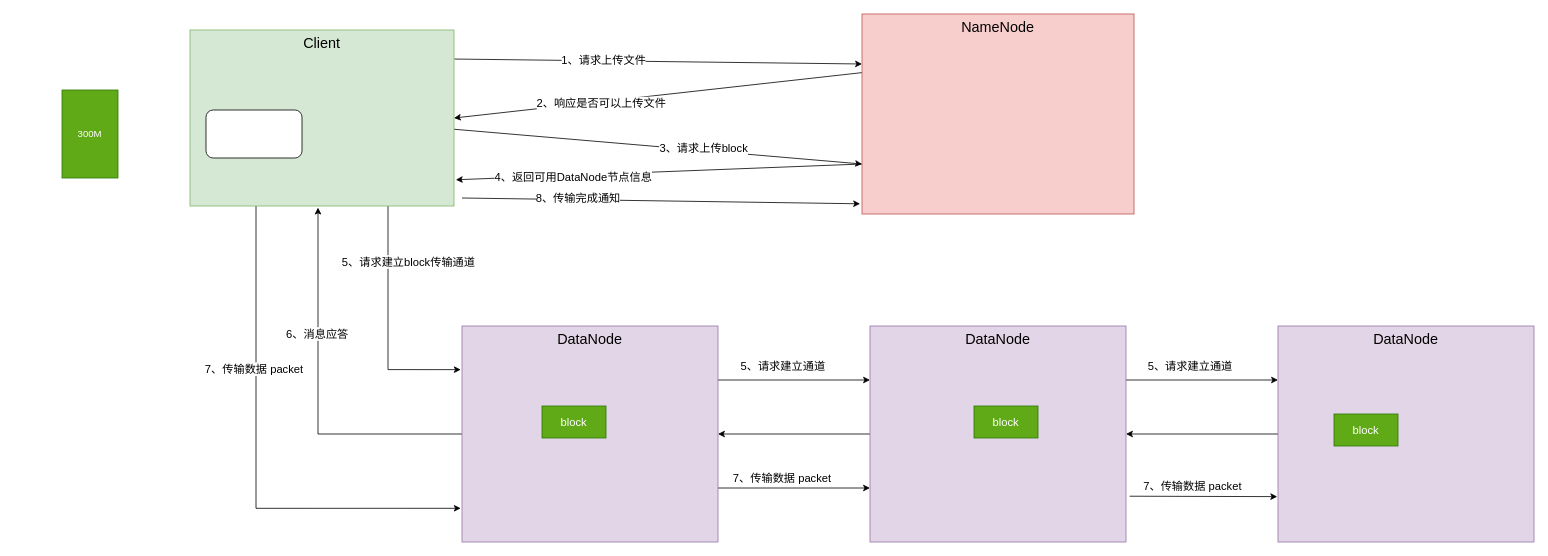
Above: page "HDFS写文件" (3 of 5) of Hadoop.drawio in starzy1990/diagrams (draw.io), before the change. Source tidied: cells renumbered, new cells numbered last; positions are measured from the earlier drawing's top-left corner, leaving out a move shared by most shapes. Both pictures are drawn from the tidied source at 80%, with x=0, y=0 at pixel (62, 14).
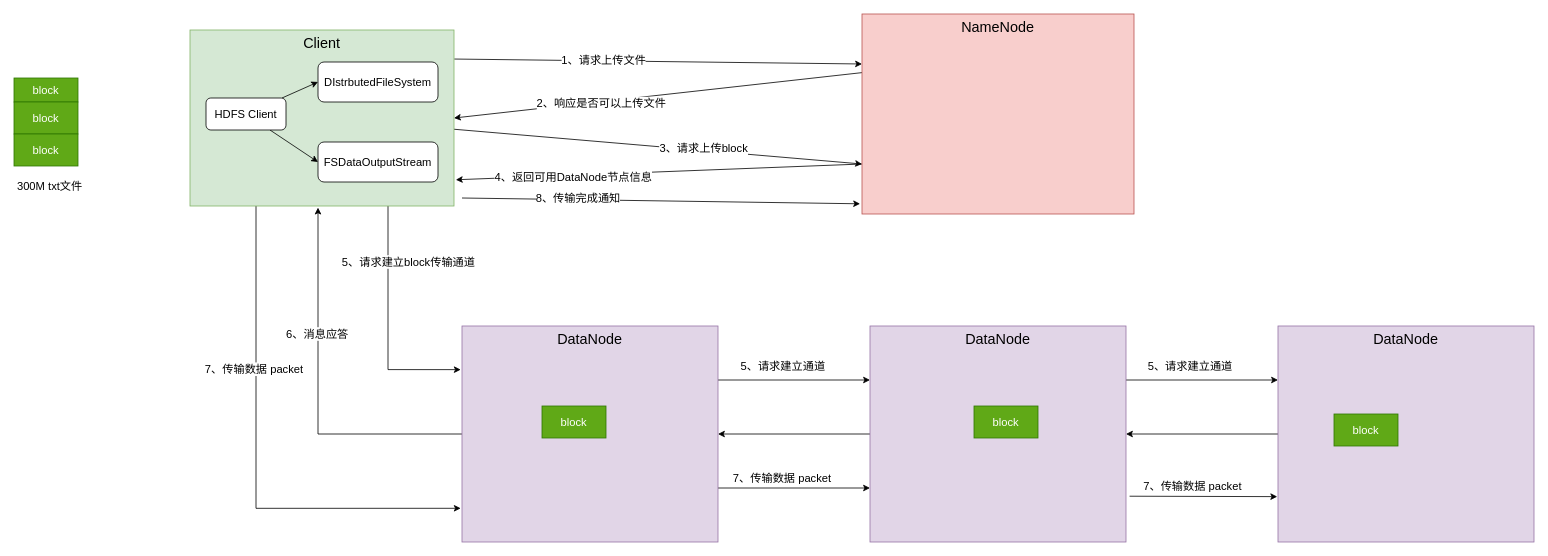
The same page after the edit.

The edit, as a diff of the source:
```diff
@@
-    <mxCell id="2" value="300M" style="rounded=0;whiteSpace=wrap;html=1;fillColor=#60a917;strokeColor=#2D7600;fontColor=#ffffff;" parent="1" vertex="1">
-      <mxGeometry y="95" width="70" height="110" as="geometry" />
-    </mxCell>
@@
+    <mxCell id="38" style="edgeStyle=none;rounded=0;jettySize=auto;html=1;entryX=0;entryY=0.5;entryDx=0;entryDy=0;fontSize=14;" parent="1" edge="1" source="14" target="45">
+      <mxGeometry relative="1" as="geometry" />
+    </mxCell>
+    <mxCell id="39" style="edgeStyle=none;rounded=0;jettySize=auto;html=1;entryX=0;entryY=0.5;entryDx=0;entryDy=0;fontSize=14;" parent="1" edge="1" source="14" target="44">
+      <mxGeometry relative="1" as="geometry" />
+    </mxCell>
-    <mxCell id="14" style="rounded=1;whiteSpace=wrap;html=1;fontSize=18;" parent="1" vertex="1">
-      <mxGeometry x="180" y="120" width="120" height="60" as="geometry" />
+    <mxCell id="14" value="HDFS Client" style="rounded=1;whiteSpace=wrap;html=1;fontSize=14;" parent="1" vertex="1">
+      <mxGeometry x="180" y="105" width="100" height="40" as="geometry" />
     </mxCell>
@@
+    <mxCell id="40" value="block" style="rounded=0;whiteSpace=wrap;html=1;fontSize=14;fillColor=#60a917;strokeColor=#2D7600;fontColor=#ffffff;" parent="1" vertex="1">
+      <mxGeometry x="-60" y="80" width="80" height="30" as="geometry" />
+    </mxCell>
+    <mxCell id="41" value="block" style="rounded=0;whiteSpace=wrap;html=1;fontSize=14;fillColor=#60a917;strokeColor=#2D7600;fontColor=#ffffff;" parent="1" vertex="1">
+      <mxGeometry x="-60" y="110" width="80" height="40" as="geometry" />
+    </mxCell>
+    <mxCell id="42" value="block" style="rounded=0;whiteSpace=wrap;html=1;fontSize=14;fillColor=#60a917;strokeColor=#2D7600;fontColor=#ffffff;" parent="1" vertex="1">
+      <mxGeometry x="-60" y="150" width="80" height="40" as="geometry" />
+    </mxCell>
+    <mxCell id="43" value="300M txt文件" style="text;html=1;strokeColor=none;fillColor=none;align=center;verticalAlign=middle;whiteSpace=wrap;rounded=0;fontSize=14;" parent="1" vertex="1">
+      <mxGeometry x="-60" y="200" width="90" height="30" as="geometry" />
+    </mxCell>
+    <mxCell id="44" value="DIstrbutedFileSystem" style="rounded=1;whiteSpace=wrap;html=1;fontSize=14;" parent="1" vertex="1">
+      <mxGeometry x="320" y="60" width="150" height="50" as="geometry" />
+    </mxCell>
+    <mxCell id="45" value="FSDataOutputStream" style="rounded=1;whiteSpace=wrap;html=1;fontSize=14;" parent="1" vertex="1">
+      <mxGeometry x="320" y="160" width="150" height="50" as="geometry" />
+    </mxCell>
```
